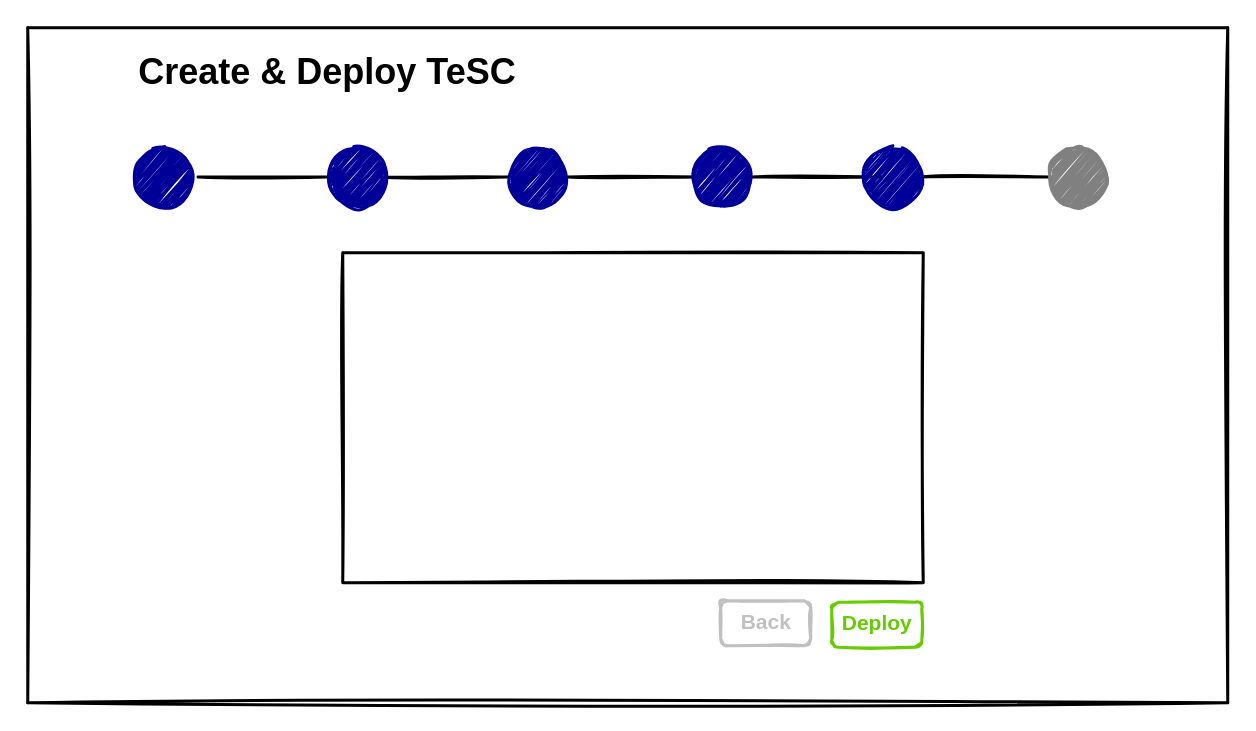
Before: Copy of deploy.drawio in dangerdave1/Action-Chess, a draw.io diagram. Source tidied: cells renumbered, new cells numbered last; positions are measured from the earlier drawing's top-left corner, leaving out a move shared by most shapes. Both pictures are drawn from the tidied source at 150%, with x=0, y=0 at pixel (27, 27).
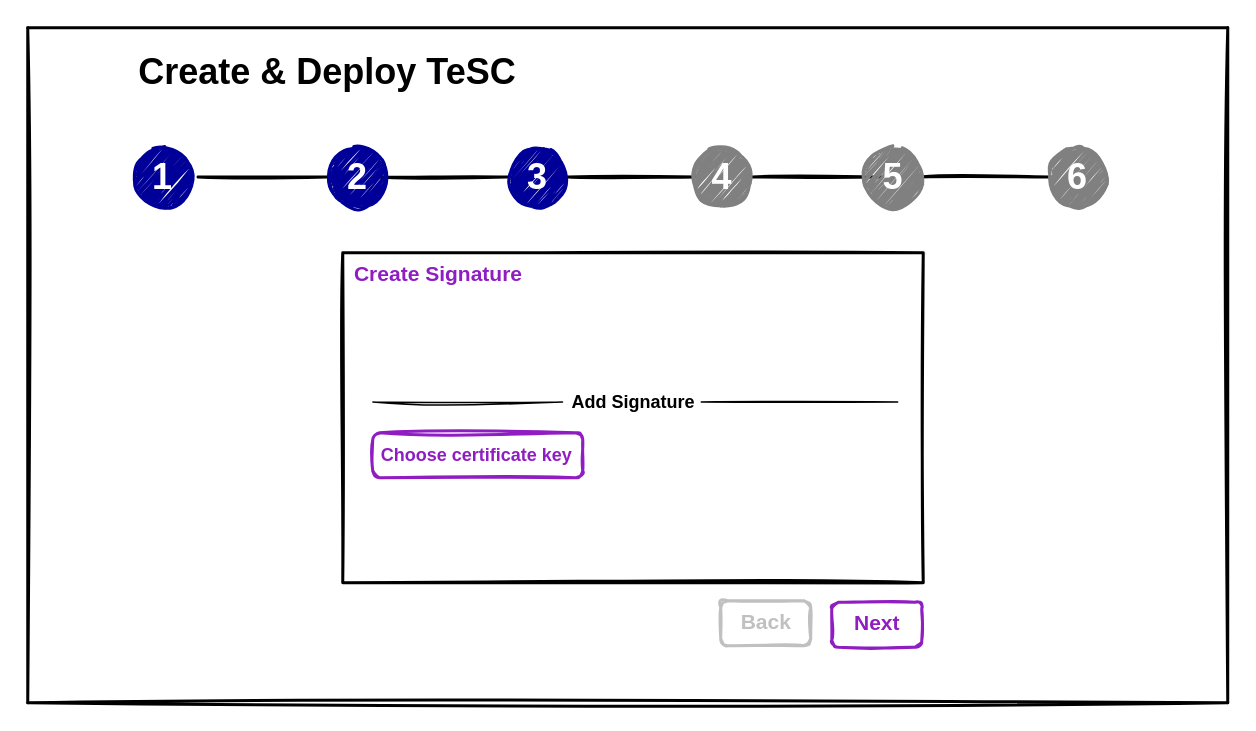
Above is the later version.

Unchanged cells that the change refers to:
```xml
<mxCell id="6" style="whiteSpace=wrap;html=1;strokeWidth=2;fillWeight=4;hachureGap=0;hachureAngle=45;fillColor=#F2F2F2;sketch=1;rotation=-180;" parent="1" vertex="1">
  <mxGeometry x="210" y="150" width="387" height="220" as="geometry" />
</mxCell>
```

The edit, as a diff of the source:
```diff
@@
-    <mxCell id="7" style="rounded=1;whiteSpace=wrap;html=1;strokeWidth=2;fillWeight=4;hachureGap=0;hachureAngle=45;sketch=1;rotation=-180;strokeColor=#66CC00;" parent="1" vertex="1">
+    <mxCell id="7" style="rounded=1;whiteSpace=wrap;html=1;strokeWidth=2;fillWeight=4;hachureGap=0;hachureAngle=45;sketch=1;rotation=-180;strokeColor=#901dc2;" parent="1" vertex="1">
       <mxGeometry x="536" y="383" width="60" height="30" as="geometry" />
     </mxCell>
@@
-    <mxCell id="9" value="&lt;font style=&quot;font-size: 14px&quot; color=&quot;#66cc00&quot;&gt;&lt;b&gt;Deploy&lt;/b&gt;&lt;/font&gt;" style="text;html=1;strokeColor=none;fillColor=none;align=center;verticalAlign=middle;whiteSpace=wrap;rounded=0;" parent="1" vertex="1">
+    <mxCell id="9" value="&lt;font style=&quot;font-size: 14px&quot; color=&quot;#901dc2&quot;&gt;&lt;b&gt;Next&lt;/b&gt;&lt;/font&gt;" style="text;html=1;strokeColor=none;fillColor=none;align=center;verticalAlign=middle;whiteSpace=wrap;rounded=0;" parent="1" vertex="1">
       <mxGeometry x="534" y="387" width="65" height="20" as="geometry" />
     </mxCell>
@@
-    <mxCell id="15" style="verticalLabelPosition=bottom;verticalAlign=top;html=1;shape=mxgraph.flowchart.on-page_reference;sketch=1;strokeWidth=2;strokeColor=#000099;hachureGap=1;fillColor=#000099;" parent="1" vertex="1">
+    <mxCell id="15" style="verticalLabelPosition=bottom;verticalAlign=top;html=1;shape=mxgraph.flowchart.on-page_reference;sketch=1;strokeWidth=2;strokeColor=#808080;hachureGap=1;fillColor=#808080;" parent="1" vertex="1">
       <mxGeometry x="443" y="80" width="40" height="40" as="geometry" />
     </mxCell>
@@
-    <mxCell id="19" style="verticalLabelPosition=bottom;verticalAlign=top;html=1;shape=mxgraph.flowchart.on-page_reference;sketch=1;strokeWidth=2;strokeColor=#000099;hachureGap=1;fillColor=#000099;" parent="1" vertex="1">
+    <mxCell id="19" style="verticalLabelPosition=bottom;verticalAlign=top;html=1;shape=mxgraph.flowchart.on-page_reference;sketch=1;strokeWidth=2;strokeColor=#808080;hachureGap=1;fillColor=#808080;" parent="1" vertex="1">
       <mxGeometry x="557" y="80" width="40" height="40" as="geometry" />
     </mxCell>
@@
+    <mxCell id="23" value="&lt;font style=&quot;font-size: 24px&quot; color=&quot;#ffffff&quot;&gt;&lt;b&gt;1&lt;/b&gt;&lt;/font&gt;" style="text;html=1;strokeColor=none;fillColor=none;align=center;verticalAlign=middle;whiteSpace=wrap;rounded=0;" parent="1" vertex="1">
+      <mxGeometry x="60" y="90" width="60" height="20" as="geometry" />
+    </mxCell>
+    <mxCell id="24" value="&lt;font style=&quot;font-size: 24px&quot; color=&quot;#ffffff&quot;&gt;&lt;b&gt;2&lt;/b&gt;&lt;/font&gt;" style="text;html=1;strokeColor=none;fillColor=none;align=center;verticalAlign=middle;whiteSpace=wrap;rounded=0;" parent="1" vertex="1">
+      <mxGeometry x="190" y="90" width="60" height="20" as="geometry" />
+    </mxCell>
+    <mxCell id="25" value="&lt;font style=&quot;font-size: 24px&quot; color=&quot;#ffffff&quot;&gt;&lt;b&gt;3&lt;/b&gt;&lt;/font&gt;" style="text;html=1;strokeColor=none;fillColor=none;align=center;verticalAlign=middle;whiteSpace=wrap;rounded=0;" parent="1" vertex="1">
+      <mxGeometry x="310" y="90" width="60" height="20" as="geometry" />
+    </mxCell>
+    <mxCell id="26" value="&lt;font style=&quot;font-size: 24px&quot; color=&quot;#ffffff&quot;&gt;&lt;b&gt;4&lt;/b&gt;&lt;/font&gt;" style="text;html=1;strokeColor=none;fillColor=none;align=center;verticalAlign=middle;whiteSpace=wrap;rounded=0;" parent="1" vertex="1">
+      <mxGeometry x="433" y="90" width="60" height="20" as="geometry" />
+    </mxCell>
+    <mxCell id="27" value="&lt;font style=&quot;font-size: 24px&quot; color=&quot;#ffffff&quot;&gt;&lt;b&gt;5&lt;/b&gt;&lt;/font&gt;" style="text;html=1;strokeColor=none;fillColor=none;align=center;verticalAlign=middle;whiteSpace=wrap;rounded=0;" parent="1" vertex="1">
+      <mxGeometry x="547" y="90" width="60" height="20" as="geometry" />
+    </mxCell>
+    <mxCell id="28" value="&lt;font style=&quot;font-size: 24px&quot; color=&quot;#ffffff&quot;&gt;&lt;b&gt;6&lt;/b&gt;&lt;/font&gt;" style="text;html=1;strokeColor=none;fillColor=none;align=center;verticalAlign=middle;whiteSpace=wrap;rounded=0;" parent="1" vertex="1">
+      <mxGeometry x="670" y="90" width="60" height="20" as="geometry" />
+    </mxCell>
+    <mxCell id="29" value="&lt;font style=&quot;font-size: 14px&quot; color=&quot;#901dc2&quot;&gt;&lt;b&gt;Create Signature&lt;/b&gt;&lt;/font&gt;" style="text;html=1;strokeColor=none;fillColor=none;align=center;verticalAlign=middle;whiteSpace=wrap;rounded=0;" parent="1" vertex="1">
+      <mxGeometry x="204" y="154" width="140" height="20" as="geometry" />
+    </mxCell>
+    <mxCell id="30" value="&lt;font style=&quot;font-size: 12px&quot;&gt;&lt;b&gt;Add Signature&lt;/b&gt;&lt;/font&gt;" style="text;html=1;strokeColor=none;fillColor=none;align=center;verticalAlign=middle;whiteSpace=wrap;rounded=0;" parent="1" vertex="1">
+      <mxGeometry x="333.5" y="240" width="140" height="20" as="geometry" />
+    </mxCell>
+    <mxCell id="31" style="endArrow=none;html=1;strokeWidth=1;sketch=1;exitX=0.948;exitY=0.548;exitDx=0;exitDy=0;exitPerimeter=0;" parent="1" edge="1" source="6">
+      <mxGeometry relative="1" as="geometry">
+        <mxPoint x="356.5" y="249.5" as="targetPoint" />
+      </mxGeometry>
+    </mxCell>
+    <mxCell id="32" style="endArrow=none;html=1;strokeWidth=1;sketch=1;entryX=0.044;entryY=0.548;entryDx=0;entryDy=0;entryPerimeter=0;" parent="1" edge="1" target="6">
+      <mxGeometry relative="1" as="geometry">
+        <mxPoint x="449" y="249.5" as="sourcePoint" />
+      </mxGeometry>
+    </mxCell>
+    <mxCell id="33" style="rounded=1;whiteSpace=wrap;html=1;strokeWidth=2;fillWeight=4;hachureGap=0;hachureAngle=45;sketch=1;rotation=-180;strokeColor=#901dc2;fillColor=#F2F2F2;" parent="1" vertex="1">
+      <mxGeometry x="230" y="270" width="140" height="30" as="geometry" />
+    </mxCell>
+    <mxCell id="34" value="&lt;font style=&quot;font-size: 12px&quot; color=&quot;#901dc2&quot;&gt;&lt;b&gt;Choose certificate key&lt;/b&gt;&lt;/font&gt;" style="text;html=1;strokeColor=none;fillColor=none;align=center;verticalAlign=middle;whiteSpace=wrap;rounded=0;" parent="1" vertex="1">
+      <mxGeometry x="212" y="275" width="175" height="20" as="geometry" />
+    </mxCell>
```
